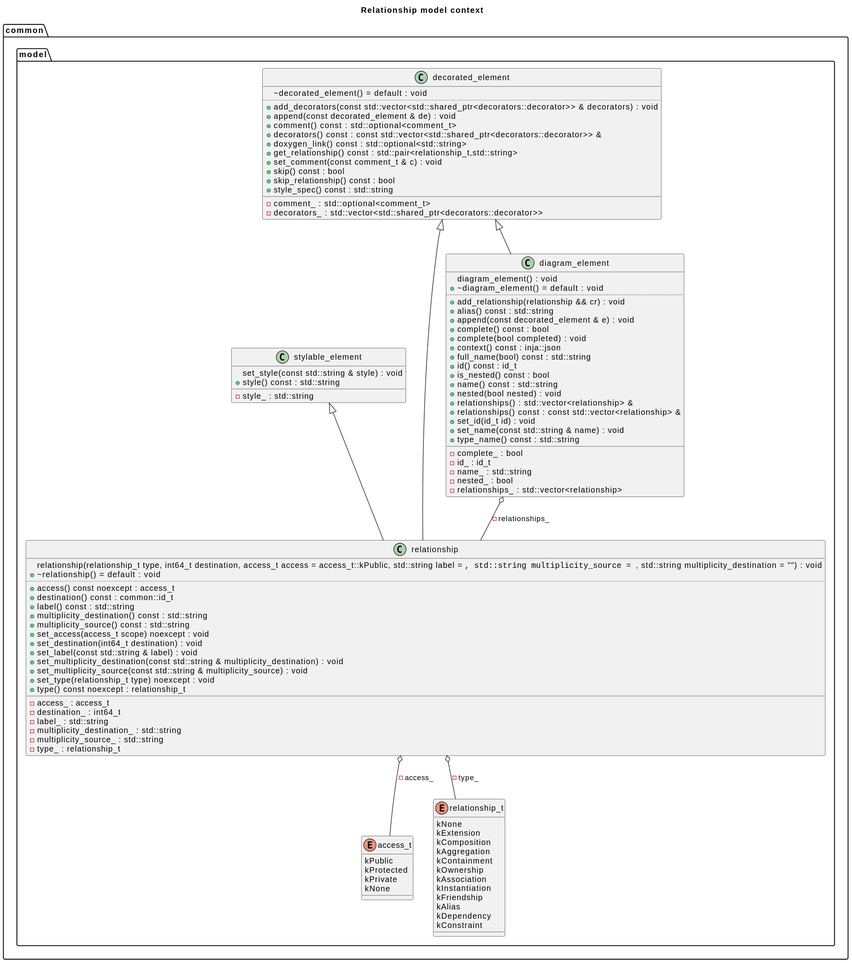
This is clang-uml/diagrams/relationship_context_class.svg from bkryza/clang-uml-examples, a PlantUML export, as it was before one commit.
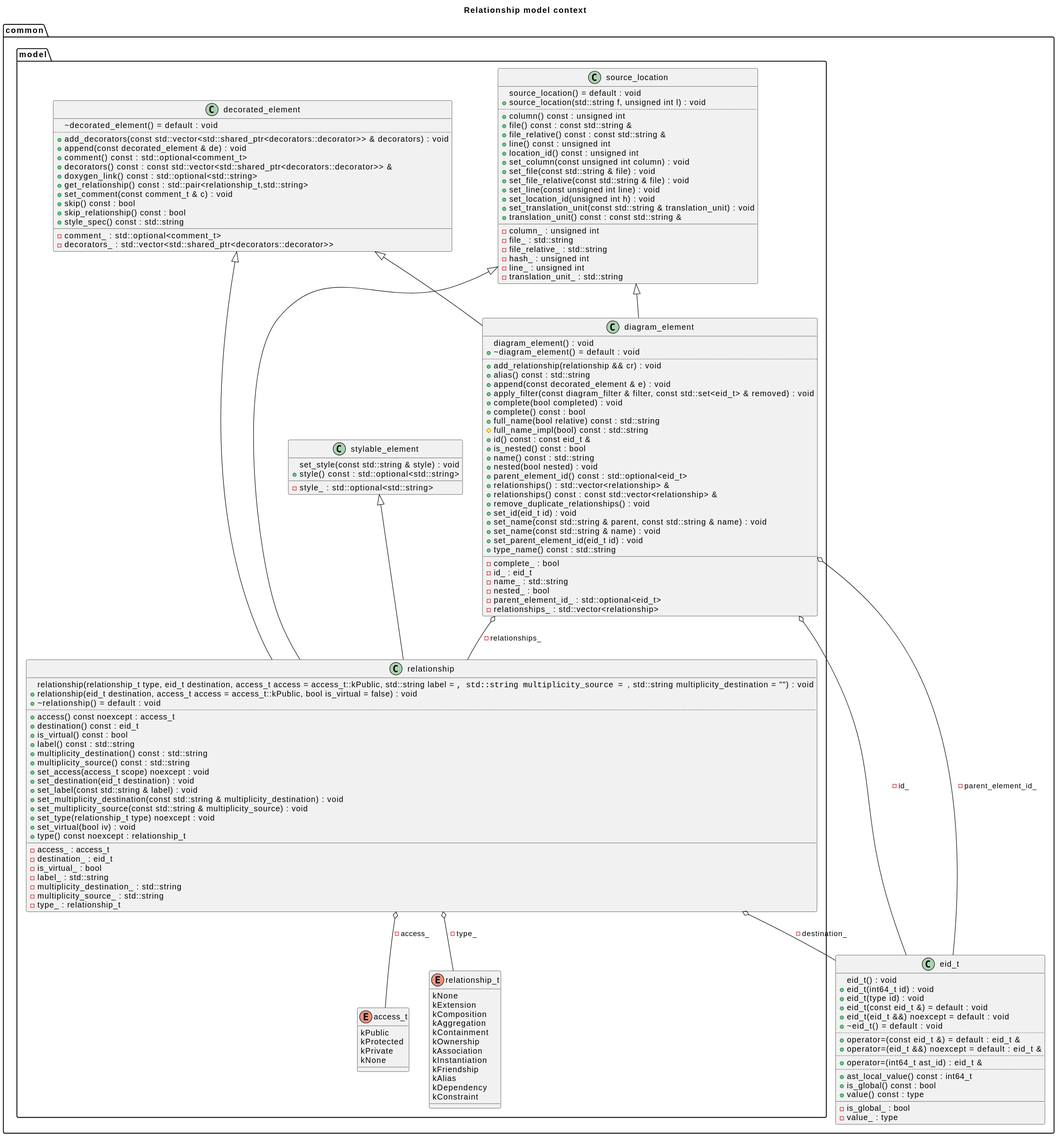
The same file after the commit.

The edit, as a diff of the source:
```diff
@@ -1,16 +1,16 @@
 @startuml
 title Relationship model context
-package [common] as C_0000316605034920222648 {
-package [model] as C_0000083721806430512831 {
-enum "access_t" as C_0002077031342744882956
-enum C_0002077031342744882956 [[enumclanguml_1_1common_1_1model_1_1access__t.html{access_t}]] {
+package [common] as C_0002532840279361781187 {
+package [model] as C_0000669774451444102653 {
+enum "access_t" as C_0016616250741959063654
+enum C_0016616250741959063654 [[enumclanguml_1_1common_1_1model_1_1access__t.html{access_t}]] {
 kPublic
 kProtected
 kPrivate
 kNone
 }
-enum "relationship_t" as C_0000229140160180072950
-enum C_0000229140160180072950 [[enumclanguml_1_1common_1_1model_1_1relationship__t.html{relationship_t}]] {
+enum "relationship_t" as C_0001833121281440583606
+enum C_0001833121281440583606 [[enumclanguml_1_1common_1_1model_1_1relationship__t.html{relationship_t}]] {
 kNone
 kExtension
 kComposition
@@ -24,8 +24,8 @@
 kDependency
 kConstraint
 }
-class "decorated_element" as C_0001117102382624673118
-class C_0001117102382624673118 [[classclanguml_1_1common_1_1model_1_1decorated__element.html{Base class for decorated diagram elements}]] {
+class "decorated_element" as C_0008936819060997384951
+class C_0008936819060997384951 [[classclanguml_1_1common_1_1model_1_1decorated__element.html{Base class for decorated diagram elements}]] {
 +~decorated_element() = default : void [[[{~decorated_element}]]]
 ..
 +add_decorators(const std::vector<std::shared_ptr<decorators::decorator>> & decorators) : void [[[{add_decorators}]]]
@@ -42,73 +42,134 @@
 -comment_ : std::optional<comment_t> [[[{comment_}]]]
 -decorators_ : std::vector<std::shared_ptr<decorators::decorator>> [[[{decorators_}]]]
 }
-class "stylable_element" as C_0002077846075979426940
-class C_0002077846075979426940 [[classclanguml_1_1common_1_1model_1_1stylable__element.html{Diagram elements to which style can be applied.}]] {
+class "source_location" as C_0007162092657467521843
+class C_0007162092657467521843 [[classclanguml_1_1common_1_1model_1_1source__location.html{Base class of all diagram elements that have source location.}]] {
++source_location() = default : void [[[{source_location}]]]
++source_location(std::string f, unsigned int l) : void [[[{source_location}]]]
+..
++column() const : unsigned int [[[{column}]]]
++file() const : const std::string & [[[{file}]]]
++file_relative() const : const std::string & [[[{file_relative}]]]
++line() const : unsigned int [[[{line}]]]
++location_id() const : unsigned int [[[{location_id}]]]
++set_column(const unsigned int column) : void [[[{set_column}]]]
++set_file(const std::string & file) : void [[[{set_file}]]]
++set_file_relative(const std::string & file) : void [[[{set_file_relative}]]]
++set_line(const unsigned int line) : void [[[{set_line}]]]
++set_location_id(unsigned int h) : void [[[{set_location_id}]]]
++set_translation_unit(const std::string & translation_unit) : void [[[{set_translation_unit}]]]
++translation_unit() const : const std::string & [[[{translation_unit}]]]
+__
+-column_ : unsigned int [[[{column_}]]]
+-file_ : std::string [[[{file_}]]]
+-file_relative_ : std::string [[[{file_relative_}]]]
+-hash_ : unsigned int [[[{hash_}]]]
+-line_ : unsigned int [[[{line_}]]]
+-translation_unit_ : std::string [[[{translation_unit_}]]]
+}
+class "stylable_element" as C_0016622768607835415521
+class C_0016622768607835415521 [[classclanguml_1_1common_1_1model_1_1stylable__element.html{Diagram elements to which style can be applied.}]] {
 +set_style(const std::string & style) : void [[[{set_style}]]]
-+style() const : std::string [[[{style}]]]
++style() const : std::optional<std::string> [[[{style}]]]
 __
--style_ : std::string [[[{style_}]]]
+-style_ : std::optional<std::string> [[[{style_}]]]
 }
-class "relationship" as C_0002046336758797367926
-class C_0002046336758797367926 [[classclanguml_1_1common_1_1model_1_1relationship.html{Class representing any relationship other than inheritance}]] {
-+relationship(relationship_t type, int64_t destination, access_t access = access_t::kPublic, std::string label = "", std::string multiplicity_source = "", std::string multiplicity_destination = "") : void [[[{relationship}]]]
+class "relationship" as C_0016370694070378943411
+class C_0016370694070378943411 [[classclanguml_1_1common_1_1model_1_1relationship.html{Class representing any relationship other than inheritance}]] {
++relationship(relationship_t type, eid_t destination, access_t access = access_t::kPublic, std::string label = "", std::string multiplicity_source = "", std::string multiplicity_destination = "") : void [[[{relationship}]]]
++relationship(eid_t destination, access_t access = access_t::kPublic, bool is_virtual = false) : void [[[{relationship}]]]
 +~relationship() = default : void [[[{~relationship}]]]
 ..
 +access() const noexcept : access_t [[[{access}]]]
-+destination() const : common::id_t [[[{destination}]]]
++destination() const : eid_t [[[{destination}]]]
++is_virtual() const : bool [[[{is_virtual}]]]
 +label() const : std::string [[[{label}]]]
 +multiplicity_destination() const : std::string [[[{multiplicity_destination}]]]
 +multiplicity_source() const : std::string [[[{multiplicity_source}]]]
 +set_access(access_t scope) noexcept : void [[[{set_access}]]]
-+set_destination(int64_t destination) : void [[[{set_destination}]]]
++set_destination(eid_t destination) : void [[[{set_destination}]]]
 +set_label(const std::string & label) : void [[[{set_label}]]]
 +set_multiplicity_destination(const std::string & multiplicity_destination) : void [[[{set_multiplicity_destination}]]]
 +set_multiplicity_source(const std::string & multiplicity_source) : void [[[{set_multiplicity_source}]]]
 +set_type(relationship_t type) noexcept : void [[[{set_type}]]]
++set_virtual(bool iv) : void [[[{set_virtual}]]]
 +type() const noexcept : relationship_t [[[{type}]]]
 __
 -access_ : access_t [[[{access_}]]]
--destination_ : int64_t [[[{destination_}]]]
+-destination_ : eid_t [[[{destination_}]]]
+-is_virtual_ : bool [[[{is_virtual_}]]]
 -label_ : std::string [[[{label_}]]]
 -multiplicity_destination_ : std::string [[[{multiplicity_destination_}]]]
 -multiplicity_source_ : std::string [[[{multiplicity_source_}]]]
 -type_ : relationship_t [[[{type_}]]]
 }
-class "diagram_element" as C_0001073500714379115414
-class C_0001073500714379115414 [[classclanguml_1_1common_1_1model_1_1diagram__element.html{Base class for standalone diagram elements.}]] {
+class "diagram_element" as C_0008588005715032923314
+class C_0008588005715032923314 [[classclanguml_1_1common_1_1model_1_1diagram__element.html{Base class for standalone diagram elements.}]] {
 +diagram_element() : void [[[{diagram_element}]]]
 +~diagram_element() = default : void [[[{~diagram_element}]]]
 ..
 +add_relationship(relationship && cr) : void [[[{add_relationship}]]]
 +alias() const : std::string [[[{Return elements' diagram alias.}]]]
 +append(const decorated_element & e) : void [[[{append}]]]
++apply_filter(const diagram_filter & filter, const std::set<eid_t> & removed) : void [[[{apply_filter}]]]
++complete(bool completed) : void [[[{complete}]]]
 +complete() const : bool [[[{complete}]]]
-+complete(bool completed) : void [[[{complete}]]]
-+context() const : inja::json [[[{context}]]]
-+full_name(bool) const : std::string [[[{Return the elements fully qualified name.}]]]
-+id() const : id_t [[[{Returns diagram element id.}]]]
++full_name(bool relative) const : std::string [[[{Return the elements fully qualified name.}]]]
+#full_name_impl(bool) const : std::string [[[{full_name_impl}]]]
++id() const : const eid_t & [[[{Returns diagram element id.}]]]
 +is_nested() const : bool [[[{is_nested}]]]
 +name() const : std::string [[[{name}]]]
 +nested(bool nested) : void [[[{nested}]]]
++parent_element_id() const : std::optional<eid_t> [[[{parent_element_id}]]]
 +relationships() : std::vector<relationship> & [[[{relationships}]]]
 +relationships() const : const std::vector<relationship> & [[[{relationships}]]]
-+set_id(id_t id) : void [[[{set_id}]]]
++remove_duplicate_relationships() : void [[[{remove_duplicate_relationships}]]]
++set_id(eid_t id) : void [[[{set_id}]]]
++set_name(const std::string & parent, const std::string & name) : void [[[{set_name}]]]
 +set_name(const std::string & name) : void [[[{set_name}]]]
++set_parent_element_id(eid_t id) : void [[[{set_parent_element_id}]]]
 +type_name() const : std::string [[[{type_name}]]]
 __
 -complete_ : bool [[[{complete_}]]]
--id_ : id_t [[[{id_}]]]
+-id_ : eid_t [[[{id_}]]]
 -name_ : std::string [[[{name_}]]]
 -nested_ : bool [[[{nested_}]]]
+-parent_element_id_ : std::optional<eid_t> [[[{parent_element_id_}]]]
 -relationships_ : std::vector<relationship> [[[{relationships_}]]]
 }
 }
+class "eid_t" as C_0018226056604939607262
+class C_0018226056604939607262 [[classclanguml_1_1common_1_1eid__t.html{Universal class for representing all kinds of Id's in the diagram         model.}]] {
++eid_t() : void [[[{eid_t}]]]
++eid_t(int64_t id) : void [[[{eid_t}]]]
++eid_t(type id) : void [[[{eid_t}]]]
++eid_t(const eid_t &) = default : void [[[{eid_t}]]]
++eid_t(eid_t &&) noexcept = default : void [[[{eid_t}]]]
++~eid_t() = default : void [[[{~eid_t}]]]
+..
++operator=(const eid_t &) = default : eid_t & [[[{operator=}]]]
++operator=(eid_t &&) noexcept = default : eid_t & [[[{operator=}]]]
+..
++operator=(int64_t ast_id) : eid_t & [[[{operator=}]]]
+..
++ast_local_value() const : int64_t [[[{ast_local_value}]]]
++is_global() const : bool [[[{is_global}]]]
++value() const : type [[[{value}]]]
+__
+-is_global_ : bool [[[{is_global_}]]]
+-value_ : type [[[{value_}]]]
 }
-C_0002046336758797367926 o-- C_0000229140160180072950 : -type_
-C_0002046336758797367926 o-- C_0002077031342744882956 : -access_
-C_0001117102382624673118 <|-- C_0002046336758797367926
-C_0002077846075979426940 <|-- C_0002046336758797367926
-C_0001073500714379115414 o-- C_0002046336758797367926 : -relationships_
-C_0001117102382624673118 <|-- C_0001073500714379115414
+}
+C_0016370694070378943411 o-- C_0001833121281440583606 [[{type_}]] : -type_
+C_0016370694070378943411 o-- C_0018226056604939607262 [[{destination_}]] : -destination_
+C_0016370694070378943411 o-- C_0016616250741959063654 [[{access_}]] : -access_
+C_0008936819060997384951 <|-- C_0016370694070378943411
+C_0016622768607835415521 <|-- C_0016370694070378943411
+C_0007162092657467521843 <|-- C_0016370694070378943411
+C_0008588005715032923314 o-- C_0018226056604939607262 [[{id_}]] : -id_
+C_0008588005715032923314 o-- C_0018226056604939607262 [[{parent_element_id_}]] : -parent_element_id_
+C_0008588005715032923314 o-- C_0016370694070378943411 [[{relationships_}]] : -relationships_
+C_0008936819060997384951 <|-- C_0008588005715032923314
+C_0007162092657467521843 <|-- C_0008588005715032923314
 
 @enduml
```
